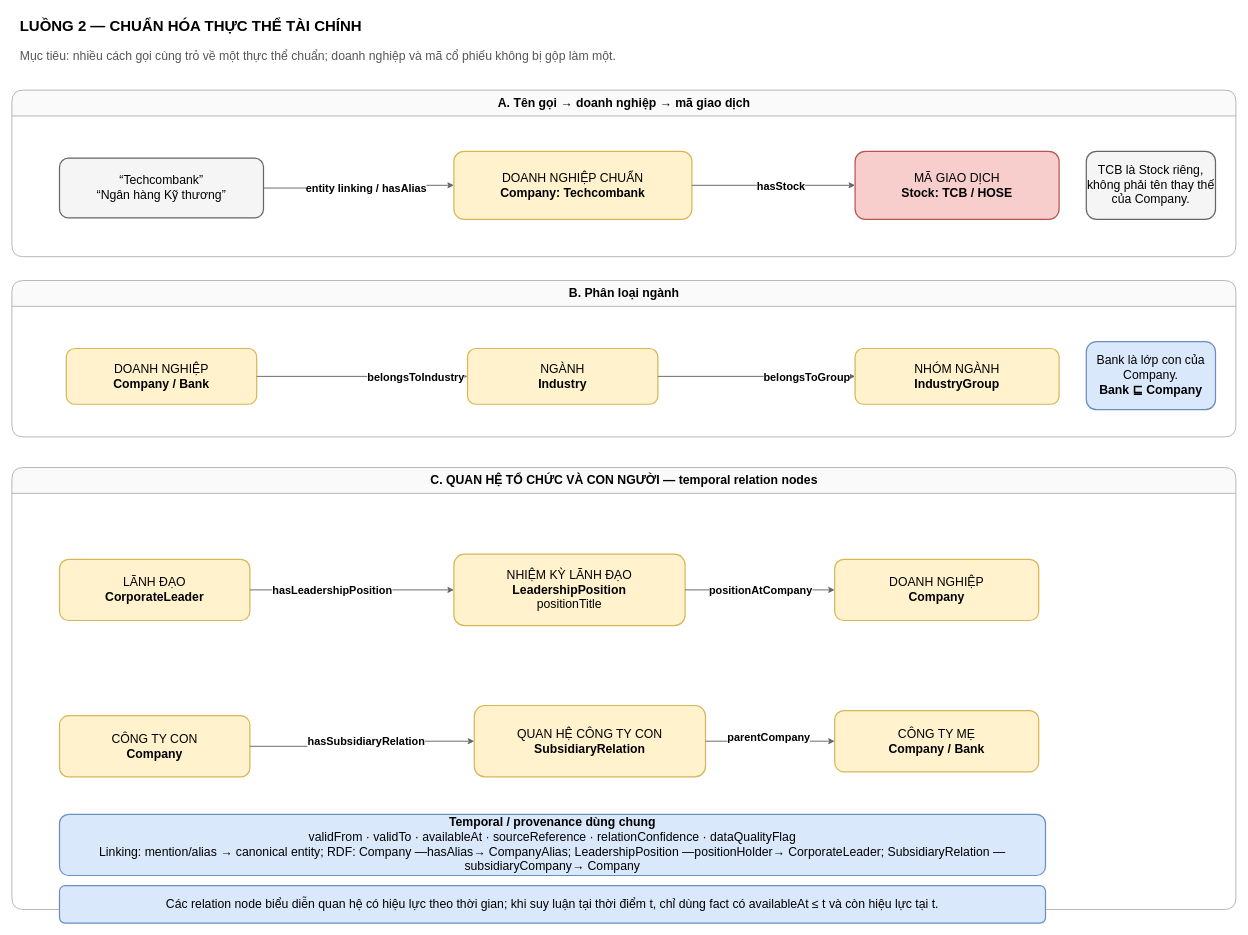
The draw.io diagram page "03-Chuẩn hóa thực thể" (4 of 7) of chỉnh sửa mới nhất - 01-10/master_thesis_v1_synced_01-10.drawio.xml in Lequynhlan/master_thesis_draf, before the edit. Source tidied: cells renumbered, new cells numbered last; positions are measured from the earlier drawing's top-left corner, leaving out a move shared by most shapes. Both pictures are drawn from the tidied source at 68%, with x=0, y=0 at pixel (12, 12).
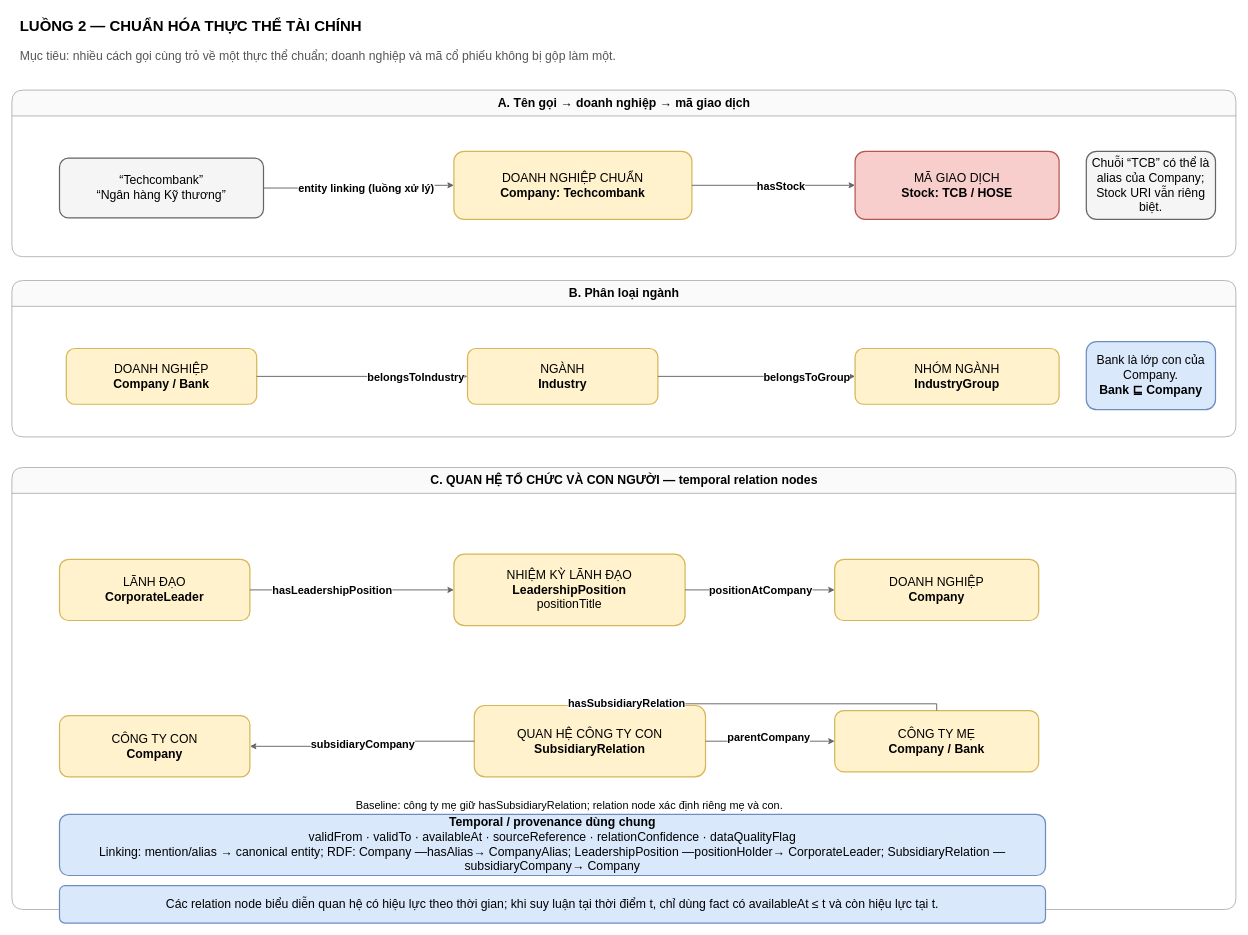
Above is the later version.

The change refers to these unchanged cells:
```xml
<mxCell id="9" style="edgeStyle=orthogonalEdgeStyle;rounded=0;html=1;endArrow=classic;endFill=1;strokeWidth=1.4;strokeColor=#666666;labelBackgroundColor=#ffffff;" parent="1" edge="1" source="5" target="6">
  <mxGeometry relative="1" as="geometry" />
</mxCell>
<mxCell id="22" value="C. QUAN HỆ TỔ CHỨC VÀ CON NGƯỜI — temporal relation nodes" style="swimlane;html=1;rounded=1;horizontal=1;startSize=38;fillColor=#fafafa;strokeColor=#999999;fontStyle=1;fontSize=18;" parent="1" vertex="1">
  <mxGeometry y="670" width="1800" height="650" as="geometry" />
</mxCell>
<mxCell id="23" value="QUAN HỆ CÔNG TY CON&lt;br&gt;&lt;b&gt;SubsidiaryRelation&lt;/b&gt;" style="rounded=1;whiteSpace=wrap;html=1;fillColor=#fff2cc;strokeColor=#d6b656;strokeWidth=1.8;fontSize=18;" parent="22" vertex="1">
  <mxGeometry x="680" y="350" width="340" height="105" as="geometry" />
</mxCell>
<mxCell id="25" value="CÔNG TY MẸ&lt;br&gt;&lt;b&gt;Company / Bank&lt;/b&gt;" style="rounded=1;whiteSpace=wrap;html=1;fillColor=#fff2cc;strokeColor=#d6b656;strokeWidth=1.8;fontSize=18;" parent="22" vertex="1">
  <mxGeometry x="1210" y="357.5" width="300" height="90" as="geometry" />
</mxCell>
<mxCell id="34" value="CÔNG TY CON&lt;br&gt;&lt;b&gt;Company&lt;/b&gt;" style="rounded=1;whiteSpace=wrap;html=1;fillColor=#fff2cc;strokeColor=#d6b656;strokeWidth=1.8;fontSize=18;" parent="1" vertex="1">
  <mxGeometry x="70" y="1035" width="280" height="90" as="geometry" />
</mxCell>
```

The edit, as a diff of the source:
```diff
@@
-    <mxCell id="8" value="TCB là Stock riêng, không phải tên thay thế của Company." style="rounded=1;whiteSpace=wrap;html=1;fillColor=#f5f5f5;strokeColor=#666666;strokeWidth=1.8;fontSize=18;" parent="1" vertex="1">
+    <mxCell id="8" value="Chuỗi “TCB” có thể là alias của Company; Stock URI vẫn riêng biệt." style="rounded=1;whiteSpace=wrap;html=1;fillColor=#f5f5f5;strokeColor=#666666;strokeWidth=1.8;fontSize=18;" parent="1" vertex="1">
       <mxGeometry x="1580" y="205" width="190" height="100" as="geometry" />
     </mxCell>
@@
-    <mxCell id="10" value="entity linking / hasAlias" style="edgeLabel;html=1;align=center;verticalAlign=middle;fontSize=16;fontStyle=1;labelBackgroundColor=#ffffff;" parent="9" vertex="1">
+    <mxCell id="10" value="entity linking (luồng xử lý)" style="edgeLabel;html=1;align=center;verticalAlign=middle;fontSize=16;fontStyle=1;labelBackgroundColor=#ffffff;" parent="9" vertex="1">
       <mxGeometry x="0.5" y="-1" relative="1" as="geometry">
         <mxPoint x="-59" y="3" as="offset" />
       </mxGeometry>
     </mxCell>
@@
-    <mxCell id="35" style="edgeStyle=orthogonalEdgeStyle;rounded=0;html=1;endArrow=classic;endFill=1;strokeWidth=1.4;strokeColor=#666666;labelBackgroundColor=#ffffff;" parent="1" edge="1" source="34" target="23">
+    <mxCell id="35" style="edgeStyle=orthogonalEdgeStyle;rounded=0;html=1;endArrow=classic;endFill=1;strokeWidth=1.4;strokeColor=#666666;labelBackgroundColor=#ffffff;exitX=0.5;exitY=0;entryX=0.5;entryY=0;" parent="1" edge="1" source="25" target="23">
       <mxGeometry relative="1" as="geometry" />
     </mxCell>
@@
+    <mxCell id="39" value="Baseline: công ty mẹ giữ hasSubsidiaryRelation; relation node xác định riêng mẹ và con." style="text;html=1;whiteSpace=wrap;fontSize=16;align=center;" parent="22" vertex="1">
+      <mxGeometry x="120" y="480" width="1400" height="50" as="geometry" />
+    </mxCell>
+    <mxCell id="40" style="edgeStyle=orthogonalEdgeStyle;rounded=0;html=1;endArrow=classic;endFill=1;strokeWidth=1.4;strokeColor=#666666;exitX=0;exitY=0.5;entryX=1;entryY=0.5;" parent="1" edge="1" source="23" target="34">
+      <mxGeometry relative="1" as="geometry" />
+    </mxCell>
+    <mxCell id="41" value="subsidiaryCompany" style="edgeLabel;html=1;align=center;verticalAlign=middle;fontSize=16;fontStyle=1;labelBackgroundColor=#ffffff;" parent="40" vertex="1">
+      <mxGeometry relative="1" as="geometry" />
+    </mxCell>
```
